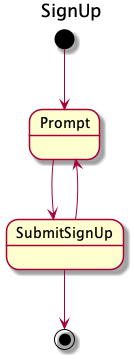
This is RemoteBeesFlow/flow/src/main/flows/SignUp.png from k10dev/RemoteBees, a PlantUML export, as it was before one commit.
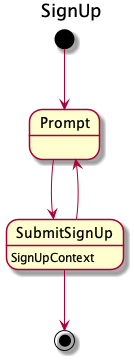
The same diagram one commit later.

Change to the diagram source:
```diff
@@ -8,6 +8,7 @@
 Prompt --> SubmitSignUp
 
 SubmitSignUp --> Prompt
+SubmitSignUp: SignUpContext
 
 SubmitSignUp --> [*]
 
```
